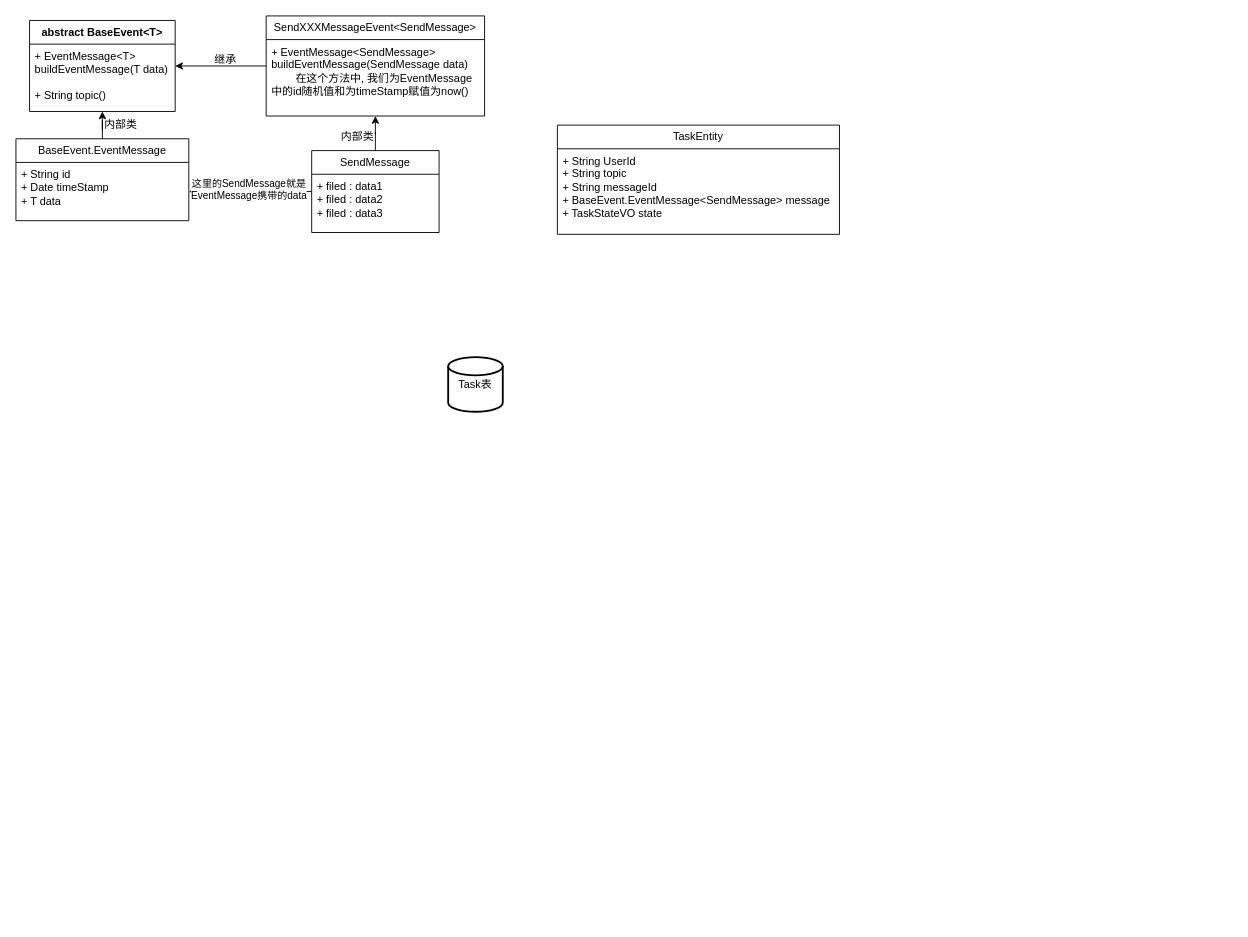
fang-tech/Note keeps this draw.io diagram as Project/Big-Market/drawio/22. 用户行为返利入账.drawio. Above is the earlier version. Source tidied: cells renumbered, new cells numbered last; positions are measured from the earlier drawing's top-left corner, leaving out a move shared by most shapes. Both pictures are drawn from the tidied source at 91%, with x=0, y=0 at pixel (15, 15).
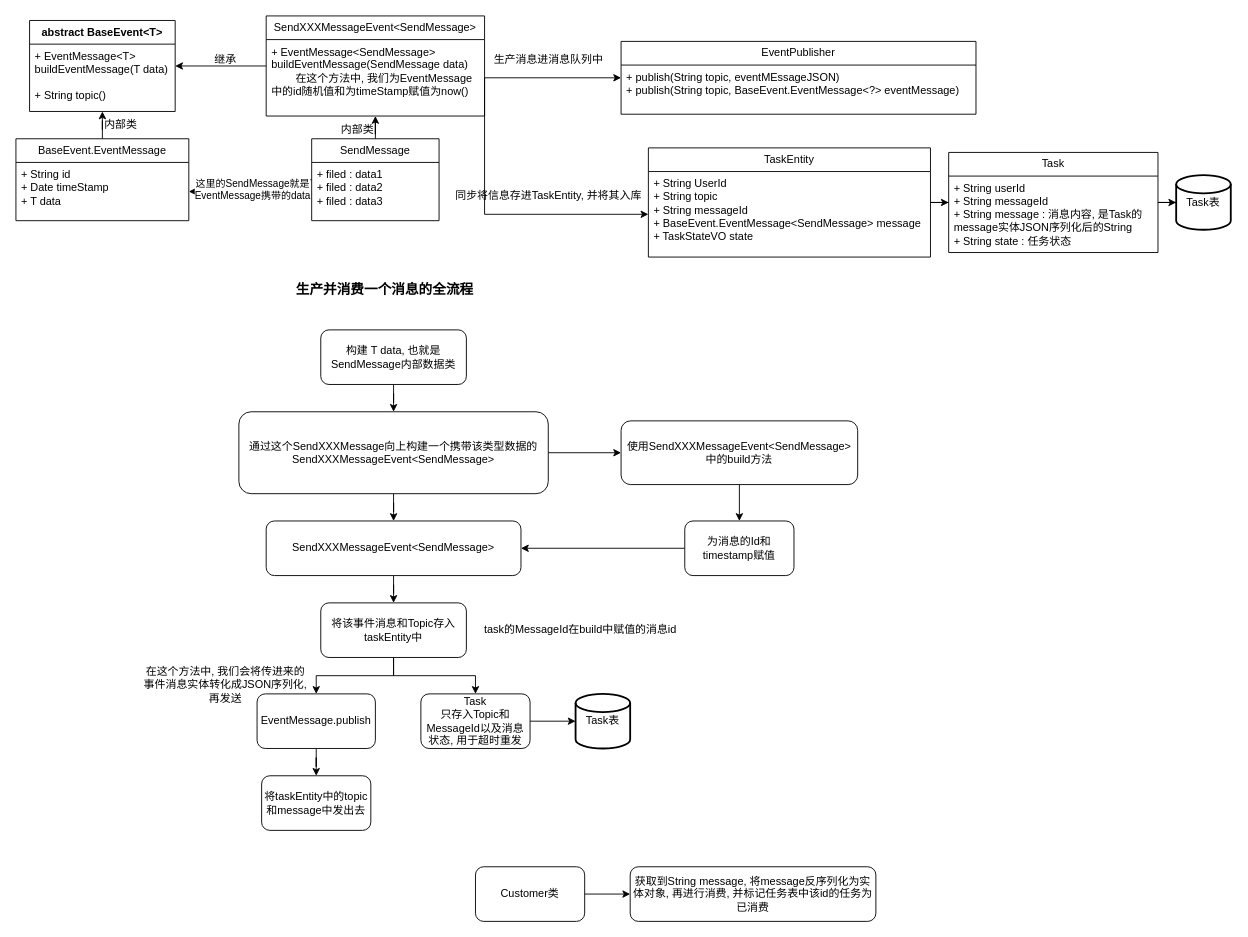
The same diagram, later.

Unchanged cells that the change refers to:
```xml
<mxCell id="9" value="+ EventMessage&amp;lt;SendMessage&amp;gt; buildEventMessage(SendMessage data)&lt;br&gt;&lt;span style=&quot;white-space: pre;&quot;&gt;&#9;&lt;/span&gt;在这个方法中, 我们为EventMessage中的id随机值和为timeStamp赋值为now()" style="text;strokeColor=none;fillColor=none;align=left;verticalAlign=top;spacingLeft=4;spacingRight=4;overflow=hidden;points=[[0,0.5],[1,0.5]];portConstraint=eastwest;whiteSpace=wrap;html=1;" parent="8" vertex="1">
  <mxGeometry y="26" width="240" height="84" as="geometry" />
</mxCell>
<mxCell id="19" value="+ String UserId&lt;div&gt;+ String topic&lt;/div&gt;&lt;div&gt;+ String messageId&lt;/div&gt;&lt;div&gt;+ BaseEvent.EventMessage&amp;lt;SendMessage&amp;gt; message&lt;br&gt;+ TaskStateVO state&lt;/div&gt;" style="text;strokeColor=none;fillColor=none;align=left;verticalAlign=top;spacingLeft=4;spacingRight=4;overflow=hidden;points=[[0,0.5],[1,0.5]];portConstraint=eastwest;whiteSpace=wrap;html=1;" parent="18" vertex="1">
  <mxGeometry y="26" width="310" height="94" as="geometry" />
</mxCell>
```

The edit, as a diff of the source:
```diff
@@
     <mxCell id="13" value="SendMessage" style="swimlane;fontStyle=0;horizontal=1;startSize=26;fillColor=none;whiteSpace=wrap;html=1;" parent="1" vertex="1">
-      <mxGeometry x="325" y="148" width="140" height="90" as="geometry" />
+      <mxGeometry x="325" y="135" width="140" height="90" as="geometry" />
     </mxCell>
@@
     <mxCell id="17" value="内部类" style="text;html=1;align=center;verticalAlign=middle;strokeColor=none;fillColor=none;" parent="1" vertex="1">
-      <mxGeometry x="345" y="118" width="60" height="30" as="geometry" />
+      <mxGeometry x="345" y="110" width="60" height="30" as="geometry" />
     </mxCell>
+    <mxCell id="21" style="edgeStyle=orthogonalEdgeStyle;rounded=0;jettySize=auto;html=1;" parent="1" edge="1" source="18" target="23">
+      <mxGeometry relative="1" as="geometry" />
+    </mxCell>
     <mxCell id="18" value="TaskEntity" style="swimlane;fontStyle=0;horizontal=1;startSize=26;fillColor=none;whiteSpace=wrap;html=1;" parent="1" vertex="1">
-      <mxGeometry x="595" y="120" width="310" height="120" as="geometry" />
+      <mxGeometry x="695" y="145" width="310" height="120" as="geometry" />
     </mxCell>
@@
     <mxCell id="20" value="Task表" style="strokeWidth=2;html=1;shape=mxgraph.flowchart.database;whiteSpace=wrap;" parent="1" vertex="1">
-      <mxGeometry x="475" y="375" width="60" height="60" as="geometry" />
+      <mxGeometry x="1275" y="175" width="60" height="60" as="geometry" />
     </mxCell>
+    <mxCell id="22" style="edgeStyle=orthogonalEdgeStyle;rounded=0;jettySize=auto;html=1;" parent="1" edge="1" source="23" target="20">
+      <mxGeometry relative="1" as="geometry" />
+    </mxCell>
+    <mxCell id="23" value="Task" style="swimlane;fontStyle=0;horizontal=1;startSize=26;fillColor=none;whiteSpace=wrap;html=1;" parent="1" vertex="1">
+      <mxGeometry x="1025" y="150" width="230" height="110" as="geometry" />
+    </mxCell>
+    <mxCell id="24" value="+ String userId&lt;div&gt;+ String messageId&lt;/div&gt;&lt;div&gt;+ String message : 消息内容, 是Task的message实体JSON序列化后的String&lt;/div&gt;&lt;div&gt;+ String state : 任务状态&lt;/div&gt;" style="text;strokeColor=none;fillColor=none;align=left;verticalAlign=top;spacingLeft=4;spacingRight=4;overflow=hidden;whiteSpace=wrap;html=1;" parent="23" vertex="1">
+      <mxGeometry y="26" width="230" height="84" as="geometry" />
+    </mxCell>
+    <mxCell id="25" value="EventPublisher" style="swimlane;fontStyle=0;horizontal=1;startSize=26;fillColor=none;whiteSpace=wrap;html=1;" parent="1" vertex="1">
+      <mxGeometry x="665" y="28" width="390" height="80" as="geometry" />
+    </mxCell>
+    <mxCell id="26" value="+ publish(String topic, eventMEssageJSON)&lt;div&gt;+ publish(String topic, BaseEvent.EventMessage&amp;lt;?&amp;gt; eventMessage)&lt;/div&gt;" style="text;strokeColor=none;fillColor=none;align=left;verticalAlign=top;spacingLeft=4;spacingRight=4;overflow=hidden;whiteSpace=wrap;html=1;" parent="25" vertex="1">
+      <mxGeometry y="26" width="390" height="54" as="geometry" />
+    </mxCell>
+    <mxCell id="27" style="edgeStyle=orthogonalEdgeStyle;rounded=0;jettySize=auto;html=1;" parent="1" edge="1" source="9" target="25">
+      <mxGeometry relative="1" as="geometry" />
+    </mxCell>
+    <mxCell id="28" value="生产消息进消息队列中" style="text;html=1;align=center;verticalAlign=middle;strokeColor=none;fillColor=none;" parent="1" vertex="1">
+      <mxGeometry x="515" y="33" width="140" height="30" as="geometry" />
+    </mxCell>
+    <mxCell id="29" style="edgeStyle=orthogonalEdgeStyle;rounded=0;jettySize=auto;html=1;exitX=1;exitY=0.5;exitDx=0;exitDy=0;" parent="1" edge="1" source="9" target="19">
+      <mxGeometry relative="1" as="geometry">
+        <Array as="points">
+          <mxPoint x="515" y="218" />
+        </Array>
+      </mxGeometry>
+    </mxCell>
+    <mxCell id="30" value="同步将信息存进TaskEntity, 并将其入库" style="text;html=1;align=center;verticalAlign=middle;strokeColor=none;fillColor=none;" parent="1" vertex="1">
+      <mxGeometry x="470" y="183" width="230" height="30" as="geometry" />
+    </mxCell>
+    <mxCell id="31" value="&lt;b&gt;&lt;font style=&quot;font-size: 15px;&quot;&gt;生产并消费一个消息的全流程&lt;/font&gt;&lt;/b&gt;" style="text;html=1;align=center;verticalAlign=middle;strokeColor=none;fillColor=none;" parent="1" vertex="1">
+      <mxGeometry x="295" y="285" width="220" height="30" as="geometry" />
+    </mxCell>
+    <mxCell id="32" style="edgeStyle=orthogonalEdgeStyle;rounded=0;jettySize=auto;html=1;" parent="1" edge="1" source="33" target="36">
+      <mxGeometry relative="1" as="geometry" />
+    </mxCell>
+    <mxCell id="33" value="构建 T data, 也就是SendMessage内部数据类" style="rounded=1;whiteSpace=wrap;html=1;" parent="1" vertex="1">
+      <mxGeometry x="335" y="345" width="160" height="60" as="geometry" />
+    </mxCell>
+    <mxCell id="34" style="edgeStyle=orthogonalEdgeStyle;rounded=0;jettySize=auto;html=1;" parent="1" edge="1" source="36" target="38">
+      <mxGeometry relative="1" as="geometry" />
+    </mxCell>
+    <mxCell id="35" style="edgeStyle=orthogonalEdgeStyle;rounded=0;jettySize=auto;html=1;" parent="1" edge="1" source="36" target="40">
+      <mxGeometry relative="1" as="geometry" />
+    </mxCell>
+    <mxCell id="36" value="通过这个SendXXXMessage向上构建一个携带该类型数据的SendXXXMessageEvent&amp;lt;SendMessage&amp;gt;" style="rounded=1;whiteSpace=wrap;html=1;" parent="1" vertex="1">
+      <mxGeometry x="245" y="435" width="340" height="90" as="geometry" />
+    </mxCell>
+    <mxCell id="37" style="edgeStyle=orthogonalEdgeStyle;rounded=0;jettySize=auto;html=1;" parent="1" edge="1" source="38" target="45">
+      <mxGeometry relative="1" as="geometry" />
+    </mxCell>
+    <mxCell id="38" value="SendXXXMessageEvent&amp;lt;SendMessage&amp;gt;" style="whiteSpace=wrap;html=1;rounded=1;" parent="1" vertex="1">
+      <mxGeometry x="275" y="555" width="280" height="60" as="geometry" />
+    </mxCell>
+    <mxCell id="39" style="edgeStyle=orthogonalEdgeStyle;rounded=0;jettySize=auto;html=1;" parent="1" edge="1" source="40" target="42">
+      <mxGeometry relative="1" as="geometry" />
+    </mxCell>
+    <mxCell id="40" value="使用SendXXXMessageEvent&amp;lt;SendMessage&amp;gt;中的build方法" style="whiteSpace=wrap;html=1;rounded=1;" parent="1" vertex="1">
+      <mxGeometry x="665" y="445" width="260" height="70" as="geometry" />
+    </mxCell>
+    <mxCell id="41" style="edgeStyle=orthogonalEdgeStyle;rounded=0;jettySize=auto;html=1;entryX=1;entryY=0.5;entryDx=0;entryDy=0;" parent="1" edge="1" source="42" target="38">
+      <mxGeometry relative="1" as="geometry" />
+    </mxCell>
+    <mxCell id="42" value="为消息的Id和timestamp赋值" style="whiteSpace=wrap;html=1;rounded=1;" parent="1" vertex="1">
+      <mxGeometry x="735" y="555" width="120" height="60" as="geometry" />
+    </mxCell>
+    <mxCell id="43" style="edgeStyle=orthogonalEdgeStyle;rounded=0;jettySize=auto;html=1;" parent="1" edge="1" source="45" target="48">
+      <mxGeometry relative="1" as="geometry" />
+    </mxCell>
+    <mxCell id="44" style="edgeStyle=orthogonalEdgeStyle;rounded=0;jettySize=auto;html=1;" parent="1" edge="1" source="45" target="51">
+      <mxGeometry relative="1" as="geometry" />
+    </mxCell>
+    <mxCell id="45" value="将该事件消息和Topic存入taskEntity中" style="whiteSpace=wrap;html=1;rounded=1;" parent="1" vertex="1">
+      <mxGeometry x="335" y="645" width="160" height="60" as="geometry" />
+    </mxCell>
+    <mxCell id="46" value="Task表" style="strokeWidth=2;html=1;shape=mxgraph.flowchart.database;whiteSpace=wrap;" parent="1" vertex="1">
+      <mxGeometry x="615" y="745" width="60" height="60" as="geometry" />
+    </mxCell>
+    <mxCell id="47" style="edgeStyle=orthogonalEdgeStyle;rounded=0;jettySize=auto;html=1;" parent="1" edge="1" source="48" target="46">
+      <mxGeometry relative="1" as="geometry" />
+    </mxCell>
+    <mxCell id="48" value="Task&lt;br&gt;只存入Topic和MessageId以及消息状态, 用于超时重发" style="whiteSpace=wrap;html=1;rounded=1;" parent="1" vertex="1">
+      <mxGeometry x="445" y="745" width="120" height="60" as="geometry" />
+    </mxCell>
+    <mxCell id="49" value="task的MessageId在build中赋值的消息id" style="text;html=1;align=center;verticalAlign=middle;strokeColor=none;fillColor=none;" parent="1" vertex="1">
+      <mxGeometry x="505" y="660" width="230" height="30" as="geometry" />
+    </mxCell>
+    <mxCell id="50" style="edgeStyle=orthogonalEdgeStyle;rounded=0;jettySize=auto;html=1;" parent="1" edge="1" source="51" target="52">
+      <mxGeometry relative="1" as="geometry" />
+    </mxCell>
+    <mxCell id="51" value="EventMessage.publish" style="whiteSpace=wrap;html=1;rounded=1;" parent="1" vertex="1">
+      <mxGeometry x="265" y="745" width="130" height="60" as="geometry" />
+    </mxCell>
+    <mxCell id="52" value="将taskEntity中的topic和message中发出去" style="whiteSpace=wrap;html=1;rounded=1;" parent="1" vertex="1">
+      <mxGeometry x="270" y="835" width="120" height="60" as="geometry" />
+    </mxCell>
+    <mxCell id="53" value="在这个方法中, 我们会将传进来的&lt;br&gt;事件消息实体转化成JSON序列化, &lt;br&gt;再发送" style="text;html=1;align=center;verticalAlign=middle;strokeColor=none;fillColor=none;" parent="1" vertex="1">
+      <mxGeometry x="130" y="705" width="200" height="60" as="geometry" />
+    </mxCell>
+    <mxCell id="54" style="edgeStyle=orthogonalEdgeStyle;rounded=0;jettySize=auto;html=1;" parent="1" edge="1" source="55" target="56">
+      <mxGeometry relative="1" as="geometry" />
+    </mxCell>
+    <mxCell id="55" value="Customer类" style="rounded=1;whiteSpace=wrap;html=1;" parent="1" vertex="1">
+      <mxGeometry x="505" y="935" width="120" height="60" as="geometry" />
+    </mxCell>
+    <mxCell id="56" value="获取到String message, 将message反序列化为实体对象, 再进行消费, 并标记任务表中该id的任务为已消费" style="whiteSpace=wrap;html=1;rounded=1;" parent="1" vertex="1">
+      <mxGeometry x="675" y="935" width="270" height="60" as="geometry" />
+    </mxCell>
```
